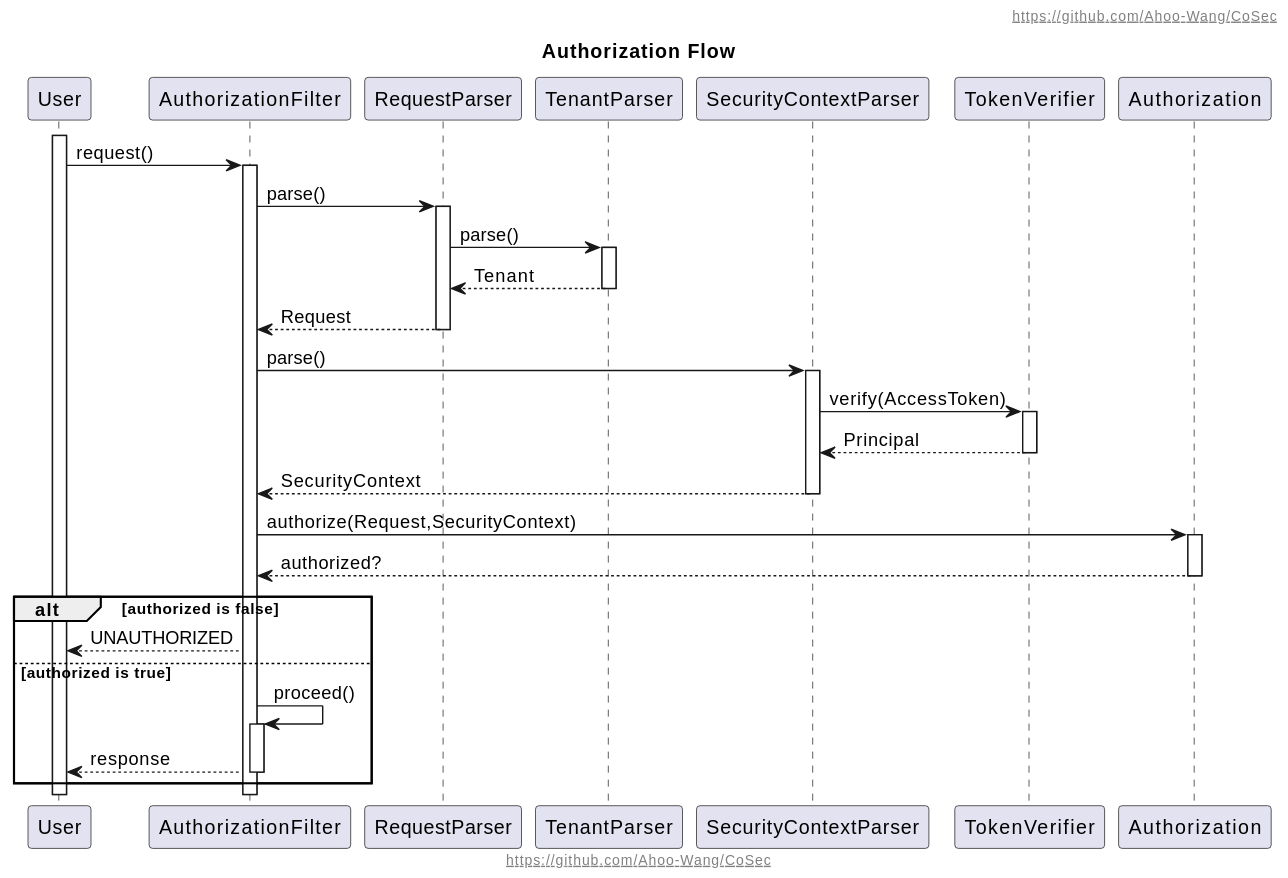
Ahoo-Wang/CoSec keeps this PlantUML diagram as document/design/assets/Authorization-Flow.svg. Above is the earlier version.
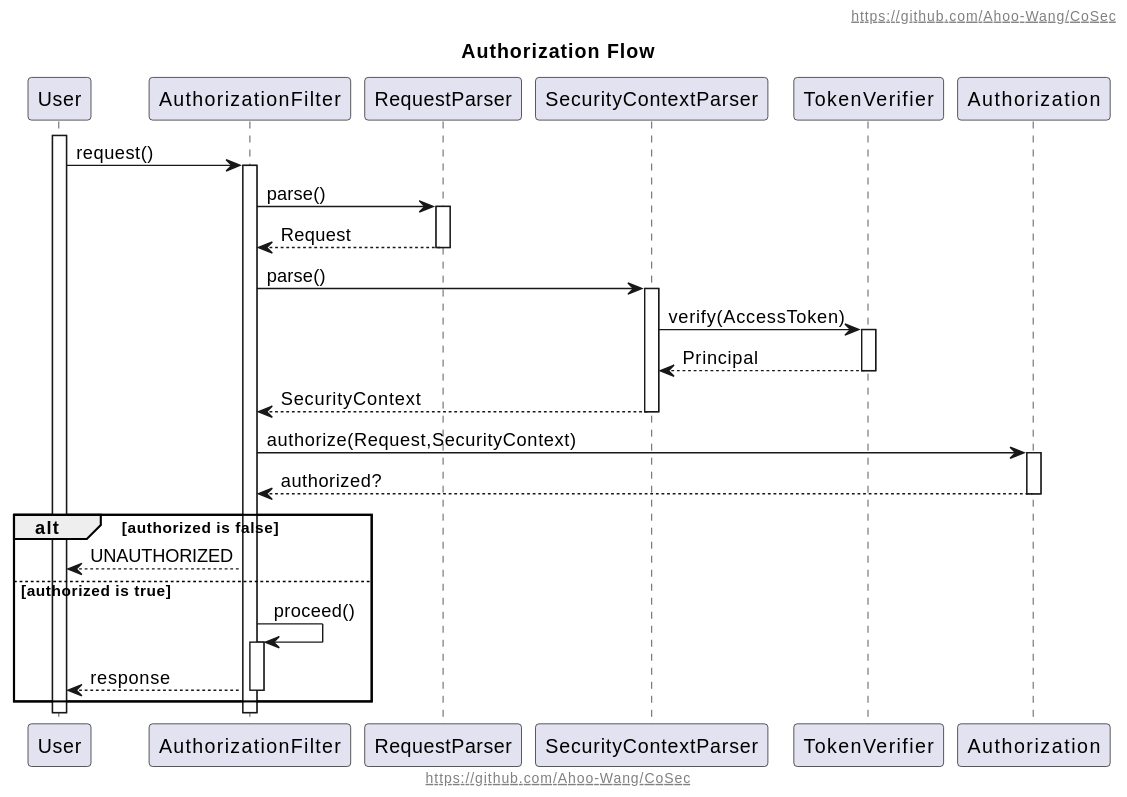
Above is the later version.

Change to the diagram source:
```diff
@@ -5,7 +5,6 @@
 participant User
 participant AuthorizationFilter
 participant RequestParser
-participant TenantParser
 participant SecurityContextParser
 participant TokenVerifier
 participant Authorization
@@ -14,8 +13,6 @@
 
 User -> AuthorizationFilter++: request()
 AuthorizationFilter -> RequestParser++: parse()
-RequestParser -> TenantParser++: parse()
-RequestParser <-- TenantParser--: Tenant
 AuthorizationFilter <-- RequestParser--: Request
 AuthorizationFilter -> SecurityContextParser++: parse()
 SecurityContextParser -> TokenVerifier++: verify(AccessToken)
```
